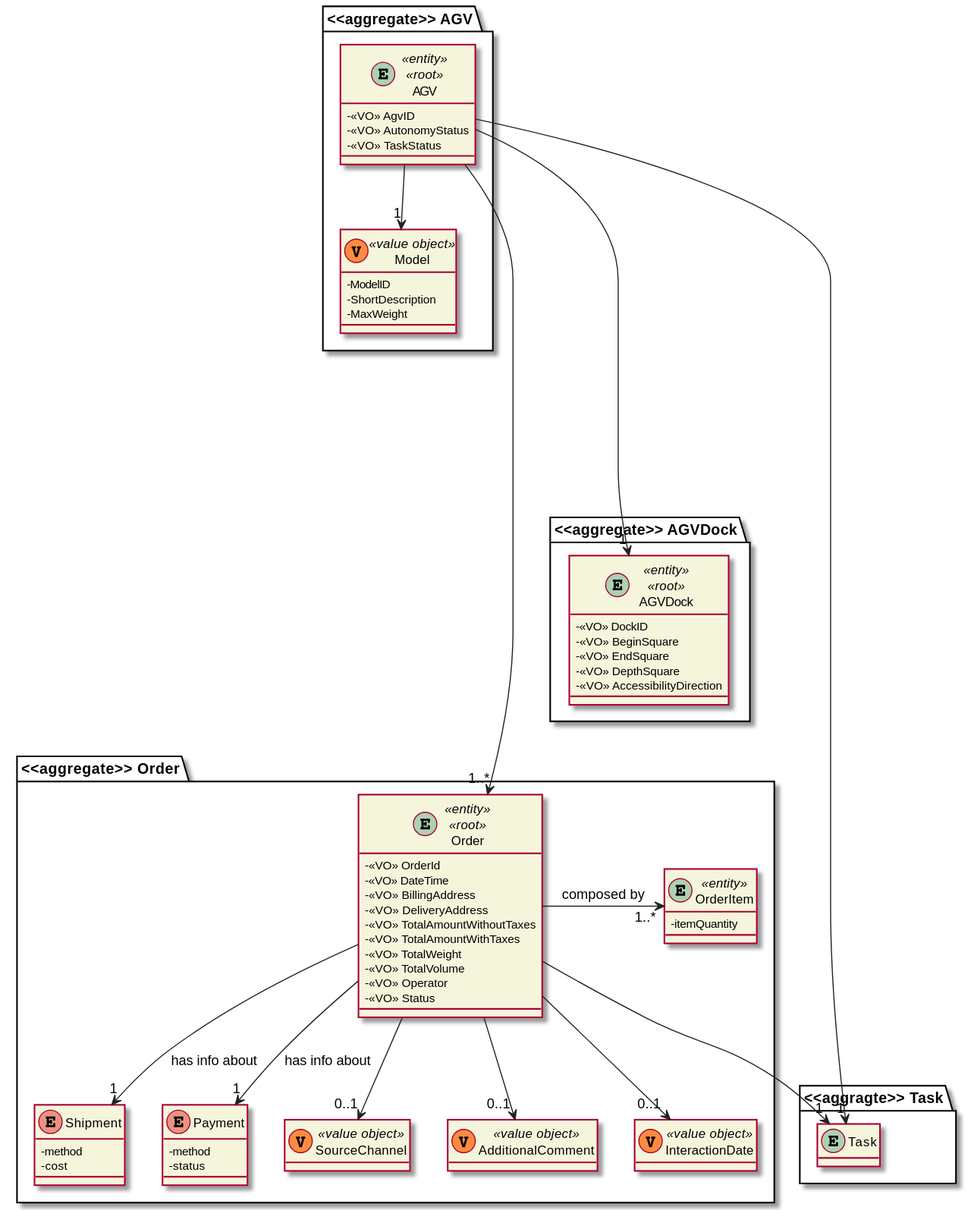
Above: docs/1201284/US2004/DM_GetPreparedOrders.svg in ana-albergaria/LAPR4-ISEP (PlantUML), before the change.
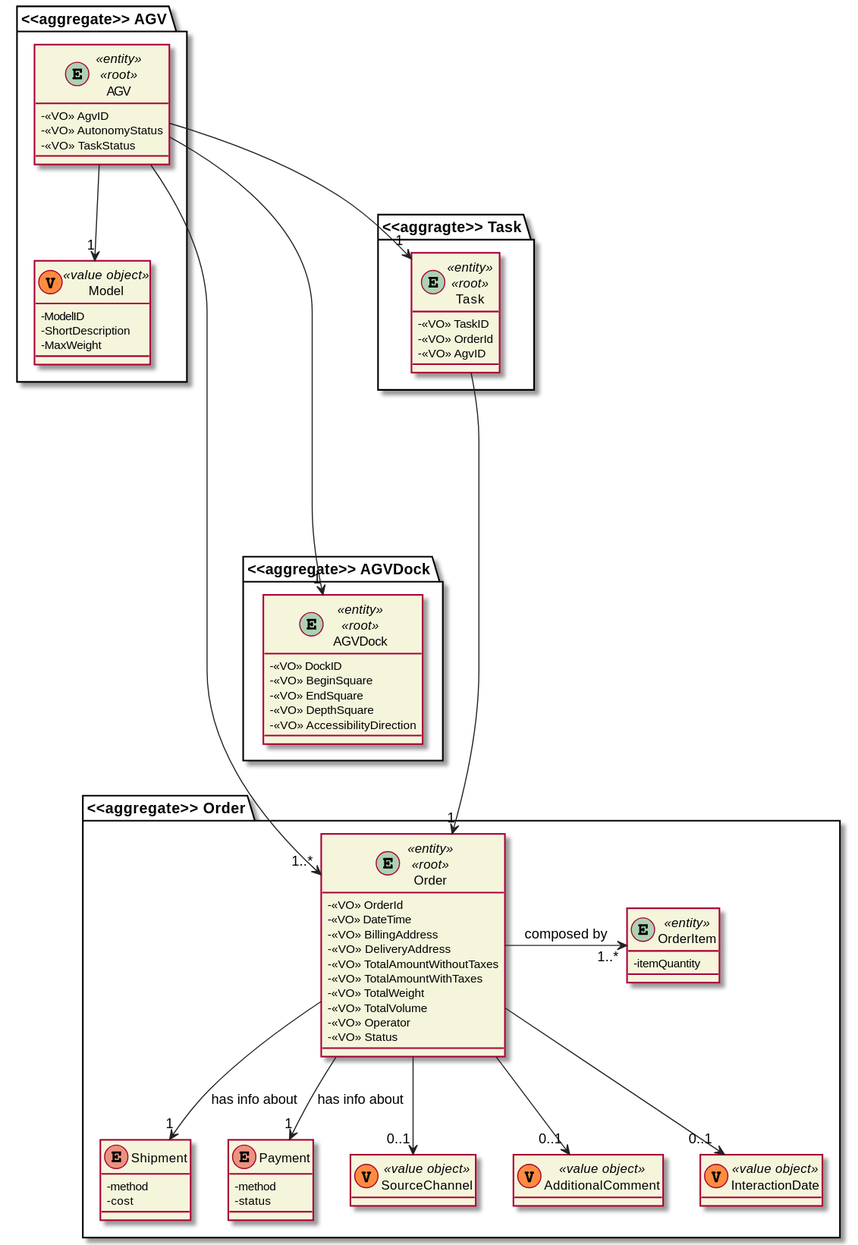
After the change.

The edit, as a diff of the source:
```diff
@@ -32,6 +32,12 @@
 
 package "<<aggragte>> Task" {
     entity Task
+}
+
+entity Task <<entity>> <<root>>{
+    - <<VO>> TaskID
+    - <<VO>> OrderId
+    - <<VO>> AgvID
 }
 
 entity AGVDock <<entity>> <<root>> {
@@ -82,7 +88,6 @@
 AGV --> "1" Model
 AGV -----> "1" AGVDock
 AGV ------> "1..*" Order
-AGV --> "1" Task
 
 Order --> "1" Shipment : has info about
 Order --> "1" Payment : has info about
@@ -90,6 +95,8 @@
 Order --> "0..1" SourceChannel
 Order --> "0..1" InteractionDate
 Order --> "0..1" AdditionalComment
-Order --> "1" Task
+
+Task --> "1" Order
+AGV --> "1" Task
 
 @enduml
```
